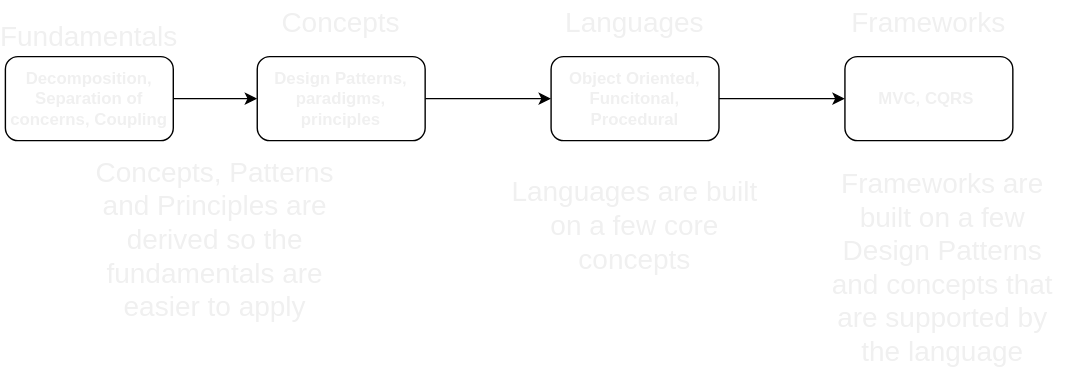
The draw.io diagram .gitbook/assets/final.svg in stanimirovv/blog, before a commit. Source tidied: cells renumbered, new cells last; positions are measured from the earlier drawing's top-left corner, leaving out a move shared by most shapes.
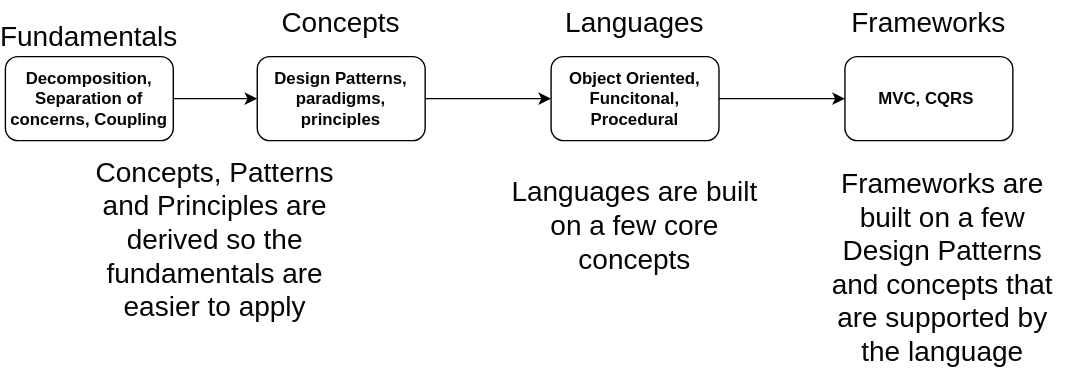
Above is the later version.

What changed in the source:
```diff
@@ -2,46 +2,46 @@
   <root>
     <mxCell id="0" />
     <mxCell id="1" parent="0" />
-    <mxCell id="2" style="edgeStyle=none;html=1;fontSize=20;fontColor=#F0F0F0;" parent="1" edge="1" source="3" target="6">
+    <mxCell id="2" style="edgeStyle=none;html=1;fontSize=20;fontColor=#050505;" parent="1" edge="1" source="3" target="6">
       <mxGeometry relative="1" as="geometry" />
     </mxCell>
-    <mxCell id="3" value="Decomposition, Separation of concerns, Coupling" style="rounded=1;whiteSpace=wrap;html=1;fontStyle=1;fontColor=#F0F0F0;" parent="1" vertex="1">
+    <mxCell id="3" value="Decomposition, Separation of concerns, Coupling" style="rounded=1;whiteSpace=wrap;html=1;fontStyle=1;fontColor=#050505;" parent="1" vertex="1">
       <mxGeometry y="40" width="120" height="60" as="geometry" />
     </mxCell>
-    <mxCell id="4" value="Fundamentals" style="text;html=1;strokeColor=none;fillColor=none;align=center;verticalAlign=middle;whiteSpace=wrap;rounded=0;fontSize=20;fontColor=#F0F0F0;" parent="1" vertex="1">
+    <mxCell id="4" value="Fundamentals" style="text;html=1;strokeColor=none;fillColor=none;align=center;verticalAlign=middle;whiteSpace=wrap;rounded=0;fontSize=20;fontColor=#050505;" parent="1" vertex="1">
       <mxGeometry x="30" y="10" width="60" height="30" as="geometry" />
     </mxCell>
-    <mxCell id="5" style="edgeStyle=none;html=1;fontSize=20;fontColor=#F0F0F0;" parent="1" edge="1" source="6" target="9">
+    <mxCell id="5" style="edgeStyle=none;html=1;fontSize=20;fontColor=#050505;" parent="1" edge="1" source="6" target="9">
       <mxGeometry relative="1" as="geometry" />
     </mxCell>
-    <mxCell id="6" value="Design Patterns, paradigms, principles" style="whiteSpace=wrap;html=1;rounded=1;fontStyle=1;fontColor=#F0F0F0;" parent="1" vertex="1">
+    <mxCell id="6" value="Design Patterns, paradigms, principles" style="whiteSpace=wrap;html=1;rounded=1;fontStyle=1;fontColor=#050505;" parent="1" vertex="1">
       <mxGeometry x="180" y="40" width="120" height="60" as="geometry" />
     </mxCell>
-    <mxCell id="7" value="Concepts" style="text;html=1;strokeColor=none;fillColor=none;align=center;verticalAlign=middle;whiteSpace=wrap;rounded=0;fontSize=20;fontColor=#F0F0F0;" parent="1" vertex="1">
+    <mxCell id="7" value="Concepts" style="text;html=1;strokeColor=none;fillColor=none;align=center;verticalAlign=middle;whiteSpace=wrap;rounded=0;fontSize=20;fontColor=#050505;" parent="1" vertex="1">
       <mxGeometry x="210" width="60" height="30" as="geometry" />
     </mxCell>
-    <mxCell id="8" style="edgeStyle=none;html=1;fontSize=20;fontColor=#F0F0F0;" parent="1" edge="1" source="9" target="11">
+    <mxCell id="8" style="edgeStyle=none;html=1;fontSize=20;fontColor=#050505;" parent="1" edge="1" source="9" target="11">
       <mxGeometry relative="1" as="geometry" />
     </mxCell>
-    <mxCell id="9" value="Object Oriented, Funcitonal, Procedural" style="whiteSpace=wrap;html=1;rounded=1;fontStyle=1;fontColor=#F0F0F0;" parent="1" vertex="1">
+    <mxCell id="9" value="Object Oriented, Funcitonal, Procedural" style="whiteSpace=wrap;html=1;rounded=1;fontStyle=1;fontColor=#050505;" parent="1" vertex="1">
       <mxGeometry x="390" y="40" width="120" height="60" as="geometry" />
     </mxCell>
-    <mxCell id="10" value="Languages" style="text;html=1;strokeColor=none;fillColor=none;align=center;verticalAlign=middle;whiteSpace=wrap;rounded=0;fontSize=20;fontColor=#F0F0F0;" parent="1" vertex="1">
+    <mxCell id="10" value="Languages" style="text;html=1;strokeColor=none;fillColor=none;align=center;verticalAlign=middle;whiteSpace=wrap;rounded=0;fontSize=20;fontColor=#050505;" parent="1" vertex="1">
       <mxGeometry x="420" width="60" height="30" as="geometry" />
     </mxCell>
-    <mxCell id="11" value="MVC, CQRS&amp;nbsp;" style="whiteSpace=wrap;html=1;rounded=1;fontStyle=1;fontColor=#F0F0F0;" parent="1" vertex="1">
+    <mxCell id="11" value="MVC, CQRS&amp;nbsp;" style="whiteSpace=wrap;html=1;rounded=1;fontStyle=1;fontColor=#050505;" parent="1" vertex="1">
       <mxGeometry x="600" y="40" width="120" height="60" as="geometry" />
     </mxCell>
-    <mxCell id="12" value="Frameworks" style="text;html=1;strokeColor=none;fillColor=none;align=center;verticalAlign=middle;whiteSpace=wrap;rounded=0;fontSize=20;fontColor=#F0F0F0;" parent="1" vertex="1">
+    <mxCell id="12" value="Frameworks" style="text;html=1;strokeColor=none;fillColor=none;align=center;verticalAlign=middle;whiteSpace=wrap;rounded=0;fontSize=20;fontColor=#050505;" parent="1" vertex="1">
       <mxGeometry x="630" width="60" height="30" as="geometry" />
     </mxCell>
-    <mxCell id="13" value="Languages are built on a few core concepts" style="text;html=1;strokeColor=none;fillColor=none;align=center;verticalAlign=middle;whiteSpace=wrap;rounded=0;fontSize=20;fontColor=#F0F0F0;" parent="1" vertex="1">
+    <mxCell id="13" value="Languages are built on a few core concepts" style="text;html=1;strokeColor=none;fillColor=none;align=center;verticalAlign=middle;whiteSpace=wrap;rounded=0;fontSize=20;fontColor=#050505;" parent="1" vertex="1">
       <mxGeometry x="360" y="130" width="180" height="60" as="geometry" />
     </mxCell>
-    <mxCell id="14" value="Frameworks are built on a few Design Patterns and concepts that are supported by the language" style="text;html=1;strokeColor=none;fillColor=none;align=center;verticalAlign=middle;whiteSpace=wrap;rounded=0;fontSize=20;fontColor=#F0F0F0;" parent="1" vertex="1">
+    <mxCell id="14" value="Frameworks are built on a few Design Patterns and concepts that are supported by the language" style="text;html=1;strokeColor=none;fillColor=none;align=center;verticalAlign=middle;whiteSpace=wrap;rounded=0;fontSize=20;fontColor=#050505;" parent="1" vertex="1">
       <mxGeometry x="580" y="160" width="180" height="60" as="geometry" />
     </mxCell>
-    <mxCell id="15" value="Concepts, Patterns and Principles are derived so the fundamentals are easier to apply" style="text;html=1;strokeColor=none;fillColor=none;align=center;verticalAlign=middle;whiteSpace=wrap;rounded=0;fontSize=20;fontColor=#F0F0F0;" parent="1" vertex="1">
+    <mxCell id="15" value="Concepts, Patterns and Principles are derived so the fundamentals are easier to apply" style="text;html=1;strokeColor=none;fillColor=none;align=center;verticalAlign=middle;whiteSpace=wrap;rounded=0;fontSize=20;fontColor=#050505;" parent="1" vertex="1">
       <mxGeometry x="60" y="140" width="180" height="60" as="geometry" />
     </mxCell>
   </root>
```
